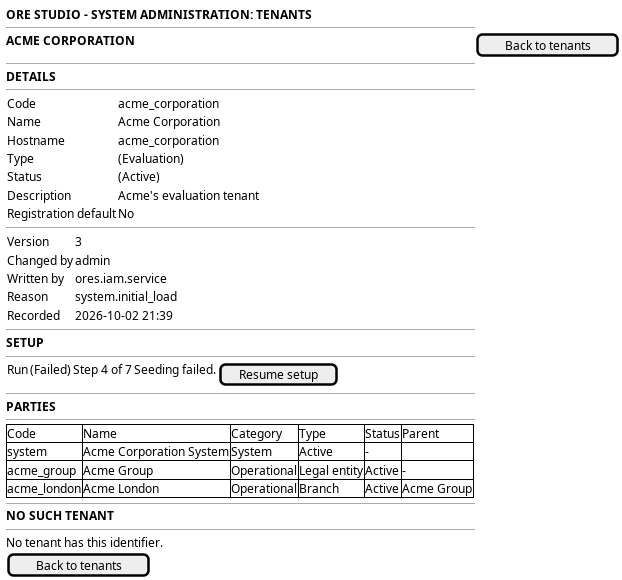
This is doc/knowledge/journeys/tenancy/wireframe_see_one_tenant.png from OreStudio/OreStudio, a PlantUML export, as it was before one commit. Its source is kept beside it as doc/knowledge/journeys/tenancy/wireframe_see_one_tenant.puml.
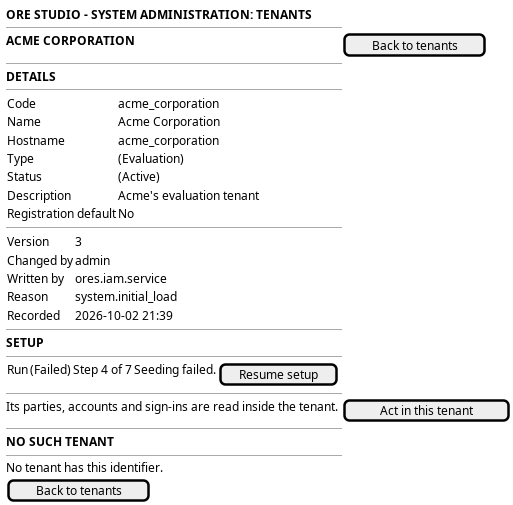
Later version of the same file.

Commit message:
[agile] Point the tenant journeys at reading inside the tenant

Diff of the diagram source:
```diff
@@ -33,14 +33,7 @@
     Run | (Failed) | Step 4 of 7 | Seeding failed. | [ Resume setup ]
   }
   --
-  <b>PARTIES</b>
-  --
-  {#
-    Code | Name | Category | Type | Status | Parent
-    system | Acme Corporation System | System | | Active | -
-    acme_group | Acme Group | Operational | Legal entity | Active | -
-    acme_london | Acme London | Operational | Branch | Active | Acme Group
-  }
+  Its parties, accounts and sign-ins are read inside the tenant. | [ Act in this tenant ]
   --
   <b>NO SUCH TENANT</b>
   --
```
